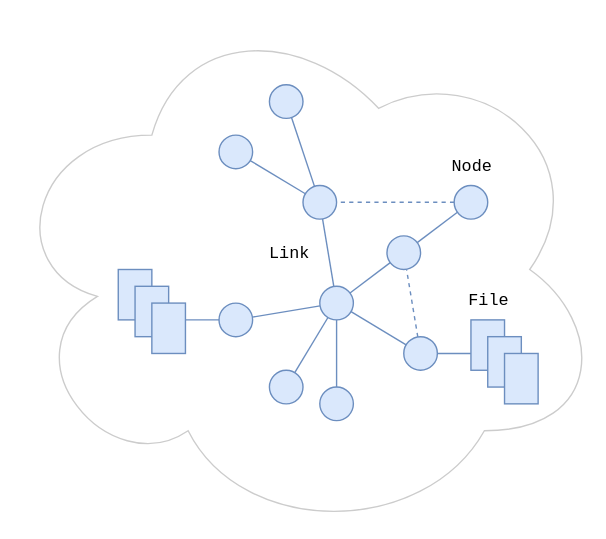
dxos/dxos keeps this draw.io diagram as docs/design/diagrams/echo-graph.drawio.svg. Above is the earlier version. Source tidied: cells renumbered, new cells last; positions are measured from the earlier drawing's top-left corner, leaving out a move shared by most shapes.
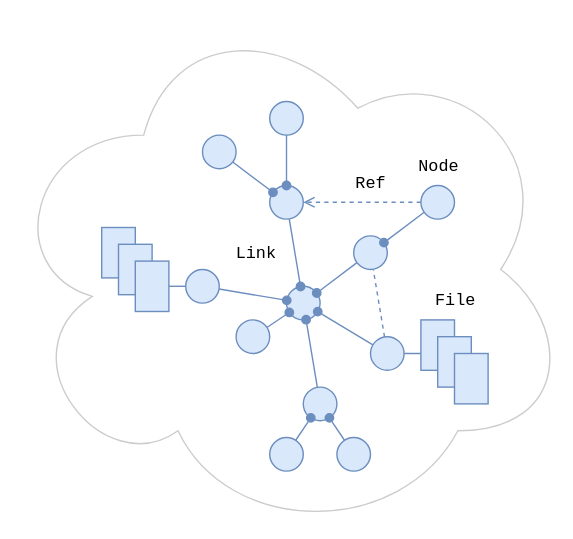
Later version of the same file.

What changed in the source:
```diff
@@ -2,87 +2,94 @@
   <root>
     <mxCell id="0" />
     <mxCell id="1" parent="0" />
-    <mxCell id="2" style="group;" parent="1" vertex="1">
-      <mxGeometry width="432" height="384" as="geometry" />
-    </mxCell>
-    <mxCell id="3" style="ellipse;shape=cloud;whiteSpace=wrap;html=1;strokeColor=#CCCCCC;fillColor=#ffffff;" parent="2" vertex="1">
-      <mxGeometry width="432" height="384" as="geometry" />
+    <mxCell id="3" style="ellipse;shape=cloud;whiteSpace=wrap;html=1;strokeColor=#CCCCCC;fillColor=#ffffff;" parent="1" vertex="1">
+      <mxGeometry x="24" width="408" height="384" as="geometry" />
     </mxCell>
-    <mxCell id="4" style="endArrow=none;html=1;fillColor=#dae8fc;strokeColor=#6c8ebf;" parent="2" edge="1" target="7">
-      <mxGeometry relative="1" as="geometry">
-        <mxPoint x="132" y="228" as="sourcePoint" />
-      </mxGeometry>
+    <mxCell id="4" style="endArrow=none;html=1;fillColor=#dae8fc;strokeColor=#6c8ebf;exitX=1;exitY=0.5;exitDx=0;exitDy=0;" parent="1" edge="1" source="34" target="7">
+      <mxGeometry relative="1" as="geometry" />
     </mxCell>
-    <mxCell id="5" style="endArrow=none;html=1;fillColor=#dae8fc;strokeColor=#6c8ebf;" parent="2" edge="1" target="10">
+    <mxCell id="5" style="endArrow=none;html=1;fillColor=#dae8fc;strokeColor=#6c8ebf;" parent="1" edge="1" target="10">
       <mxGeometry relative="1" as="geometry">
         <mxPoint x="336" y="252" as="sourcePoint" />
       </mxGeometry>
     </mxCell>
-    <mxCell id="6" style="ellipse;whiteSpace=wrap;html=1;fillColor=#dae8fc;strokeColor=#6c8ebf;" parent="2" vertex="1">
+    <mxCell id="6" style="ellipse;whiteSpace=wrap;html=1;fillColor=#dae8fc;strokeColor=#6c8ebf;" parent="1" vertex="1">
       <mxGeometry x="228" y="204" width="24" height="24" as="geometry" />
     </mxCell>
-    <mxCell id="7" style="ellipse;whiteSpace=wrap;html=1;fillColor=#dae8fc;strokeColor=#6c8ebf;" parent="2" vertex="1">
-      <mxGeometry x="156" y="216" width="24" height="24" as="geometry" />
+    <mxCell id="7" style="ellipse;whiteSpace=wrap;html=1;fillColor=#dae8fc;strokeColor=#6c8ebf;" parent="1" vertex="1">
+      <mxGeometry x="156" y="192" width="24" height="24" as="geometry" />
     </mxCell>
-    <mxCell id="8" style="ellipse;whiteSpace=wrap;html=1;fillColor=#dae8fc;strokeColor=#6c8ebf;" parent="2" vertex="1">
-      <mxGeometry x="228" y="276" width="24" height="24" as="geometry" />
+    <mxCell id="8" style="ellipse;whiteSpace=wrap;html=1;fillColor=#dae8fc;strokeColor=#6c8ebf;" parent="1" vertex="1">
+      <mxGeometry x="240" y="276" width="24" height="24" as="geometry" />
     </mxCell>
-    <mxCell id="9" style="ellipse;whiteSpace=wrap;html=1;fillColor=#dae8fc;strokeColor=#6c8ebf;" parent="2" vertex="1">
-      <mxGeometry x="192" y="264" width="24" height="24" as="geometry" />
+    <mxCell id="9" style="ellipse;whiteSpace=wrap;html=1;fillColor=#dae8fc;strokeColor=#6c8ebf;" parent="1" vertex="1">
+      <mxGeometry x="192" y="228" width="24" height="24" as="geometry" />
     </mxCell>
-    <mxCell id="10" style="ellipse;whiteSpace=wrap;html=1;fillColor=#dae8fc;strokeColor=#6c8ebf;" parent="2" vertex="1">
+    <mxCell id="10" style="ellipse;whiteSpace=wrap;html=1;fillColor=#dae8fc;strokeColor=#6c8ebf;" parent="1" vertex="1">
       <mxGeometry x="288" y="240" width="24" height="24" as="geometry" />
     </mxCell>
-    <mxCell id="11" style="ellipse;whiteSpace=wrap;html=1;fillColor=#dae8fc;strokeColor=#6c8ebf;" parent="2" vertex="1">
+    <mxCell id="11" style="ellipse;whiteSpace=wrap;html=1;fillColor=#dae8fc;strokeColor=#6c8ebf;" parent="1" vertex="1">
       <mxGeometry x="216" y="132" width="24" height="24" as="geometry" />
     </mxCell>
-    <mxCell id="12" style="ellipse;whiteSpace=wrap;html=1;fillColor=#dae8fc;strokeColor=#6c8ebf;" parent="2" vertex="1">
-      <mxGeometry x="156" y="96" width="24" height="24" as="geometry" />
+    <mxCell id="12" style="ellipse;whiteSpace=wrap;html=1;fillColor=#dae8fc;strokeColor=#6c8ebf;" parent="1" vertex="1">
+      <mxGeometry x="168" y="96" width="24" height="24" as="geometry" />
     </mxCell>
-    <mxCell id="13" style="ellipse;whiteSpace=wrap;html=1;fillColor=#dae8fc;strokeColor=#6c8ebf;" parent="2" vertex="1">
-      <mxGeometry x="192" y="60" width="24" height="24" as="geometry" />
+    <mxCell id="13" style="ellipse;whiteSpace=wrap;html=1;fillColor=#dae8fc;strokeColor=#6c8ebf;" parent="1" vertex="1">
+      <mxGeometry x="216" y="72" width="24" height="24" as="geometry" />
     </mxCell>
-    <mxCell id="14" style="ellipse;whiteSpace=wrap;html=1;fillColor=#dae8fc;strokeColor=#6c8ebf;" parent="2" vertex="1">
+    <mxCell id="14" style="ellipse;whiteSpace=wrap;html=1;fillColor=#dae8fc;strokeColor=#6c8ebf;" parent="1" vertex="1">
       <mxGeometry x="276" y="168" width="24" height="24" as="geometry" />
     </mxCell>
-    <mxCell id="15" style="ellipse;whiteSpace=wrap;html=1;fillColor=#dae8fc;strokeColor=#6c8ebf;" parent="2" vertex="1">
+    <mxCell id="15" style="ellipse;whiteSpace=wrap;html=1;fillColor=#dae8fc;strokeColor=#6c8ebf;" parent="1" vertex="1">
       <mxGeometry x="324" y="132" width="24" height="24" as="geometry" />
     </mxCell>
-    <mxCell id="16" style="endArrow=none;html=1;fillColor=#dae8fc;strokeColor=#6c8ebf;" parent="2" edge="1" source="7" target="6">
+    <mxCell id="16" style="endArrow=oval;html=1;fillColor=#dae8fc;strokeColor=#6c8ebf;startArrow=none;startFill=0;endFill=1;" parent="1" edge="1" source="7" target="6">
       <mxGeometry relative="1" as="geometry" />
     </mxCell>
-    <mxCell id="17" style="endArrow=none;html=1;fillColor=#dae8fc;strokeColor=#6c8ebf;" parent="2" edge="1" source="9" target="6">
+    <mxCell id="17" style="endArrow=oval;html=1;fillColor=#dae8fc;strokeColor=#6c8ebf;startArrow=none;startFill=0;endFill=1;" parent="1" edge="1" source="9" target="6">
       <mxGeometry relative="1" as="geometry" />
     </mxCell>
-    <mxCell id="18" style="endArrow=none;html=1;fillColor=#dae8fc;strokeColor=#6c8ebf;" parent="2" edge="1" source="8" target="6">
+    <mxCell id="18" style="endArrow=oval;html=1;fillColor=#dae8fc;strokeColor=#6c8ebf;startArrow=none;startFill=0;endFill=1;" parent="1" edge="1" source="8" target="6">
       <mxGeometry relative="1" as="geometry" />
     </mxCell>
-    <mxCell id="19" style="endArrow=none;html=1;fillColor=#dae8fc;strokeColor=#6c8ebf;" parent="2" edge="1" source="6" target="10">
+    <mxCell id="19" style="endArrow=none;html=1;fillColor=#dae8fc;strokeColor=#6c8ebf;startArrow=oval;startFill=1;" parent="1" edge="1" source="6" target="10">
       <mxGeometry relative="1" as="geometry" />
     </mxCell>
-    <mxCell id="20" style="endArrow=none;html=1;fillColor=#dae8fc;strokeColor=#6c8ebf;" parent="2" edge="1" source="6" target="11">
+    <mxCell id="20" style="endArrow=none;html=1;fillColor=#dae8fc;strokeColor=#6c8ebf;startArrow=oval;startFill=1;" parent="1" edge="1" source="6" target="11">
       <mxGeometry relative="1" as="geometry" />
     </mxCell>
-    <mxCell id="21" style="endArrow=none;html=1;fillColor=#dae8fc;strokeColor=#6c8ebf;" parent="2" edge="1" source="11" target="12">
+    <mxCell id="21" style="endArrow=none;html=1;fillColor=#dae8fc;strokeColor=#6c8ebf;startArrow=oval;startFill=1;" parent="1" edge="1" source="11" target="12">
       <mxGeometry relative="1" as="geometry" />
     </mxCell>
-    <mxCell id="22" style="endArrow=none;html=1;fillColor=#dae8fc;strokeColor=#6c8ebf;" parent="2" edge="1" source="11" target="13">
+    <mxCell id="22" style="endArrow=none;html=1;fillColor=#dae8fc;strokeColor=#6c8ebf;startArrow=oval;startFill=1;" parent="1" edge="1" source="11" target="13">
       <mxGeometry relative="1" as="geometry" />
     </mxCell>
-    <mxCell id="23" style="endArrow=none;html=1;fontFamily=Courier New;fillColor=#dae8fc;strokeColor=#6c8ebf;dashed=1;" parent="2" edge="1" source="10" target="14">
+    <mxCell id="23" style="endArrow=none;html=1;fontFamily=Courier New;fillColor=#dae8fc;strokeColor=#6c8ebf;dashed=1;" parent="1" edge="1" source="10" target="14">
       <mxGeometry relative="1" as="geometry" />
     </mxCell>
-    <mxCell id="24" style="endArrow=none;html=1;fillColor=#dae8fc;strokeColor=#6c8ebf;" parent="2" edge="1" source="14" target="6">
+    <mxCell id="24" style="endArrow=oval;html=1;fillColor=#dae8fc;strokeColor=#6c8ebf;startArrow=none;startFill=0;endFill=1;" parent="1" edge="1" source="14" target="6">
       <mxGeometry relative="1" as="geometry" />
     </mxCell>
-    <mxCell id="25" style="endArrow=none;html=1;fillColor=#dae8fc;strokeColor=#6c8ebf;dashed=1;" parent="2" edge="1" source="15" target="11">
+    <mxCell id="25" style="endArrow=open;html=1;fillColor=#dae8fc;strokeColor=#6c8ebf;dashed=1;endFill=0;" parent="1" edge="1" source="15" target="11">
       <mxGeometry relative="1" as="geometry" />
     </mxCell>
-    <mxCell id="26" style="endArrow=none;html=1;fillColor=#dae8fc;strokeColor=#6c8ebf;" parent="2" edge="1" source="15" target="14">
+    <mxCell id="26" style="endArrow=oval;html=1;fillColor=#dae8fc;strokeColor=#6c8ebf;startArrow=none;startFill=0;endFill=1;" parent="1" edge="1" source="15" target="14">
       <mxGeometry relative="1" as="geometry" />
     </mxCell>
+    <mxCell id="35" value="Node" style="rounded=0;whiteSpace=wrap;html=1;strokeColor=none;fillColor=none;fontFamily=Courier New;spacingBottom=4;" parent="1" vertex="1">
+      <mxGeometry x="312" y="108" width="48" height="24" as="geometry" />
+    </mxCell>
+    <mxCell id="36" value="File" style="rounded=0;whiteSpace=wrap;html=1;strokeColor=none;fillColor=none;fontFamily=Courier New;spacingBottom=4;" parent="1" vertex="1">
+      <mxGeometry x="324" y="204" width="48" height="24" as="geometry" />
+    </mxCell>
+    <mxCell id="37" value="Link" style="rounded=0;whiteSpace=wrap;html=1;strokeColor=none;fillColor=none;fontFamily=Courier New;align=right;" parent="1" vertex="1">
+      <mxGeometry x="162" y="168" width="60" height="24" as="geometry" />
+    </mxCell>
+    <mxCell id="38" value="Ref" style="rounded=0;whiteSpace=wrap;html=1;strokeColor=none;fillColor=none;fontFamily=Courier New;spacingBottom=4;" parent="1" vertex="1">
+      <mxGeometry x="264" y="120" width="48" height="24" as="geometry" />
+    </mxCell>
-    <mxCell id="27" style="group;" parent="2" vertex="1">
-      <mxGeometry x="336" y="228" width="48" height="60" as="geometry" />
+    <mxCell id="27" style="group;" parent="1" vertex="1">
+      <mxGeometry x="324" y="228" width="48" height="60" as="geometry" />
     </mxCell>
     <mxCell id="28" style="rounded=0;whiteSpace=wrap;html=1;strokeColor=#6c8ebf;fillColor=#dae8fc;" parent="27" vertex="1">
       <mxGeometry width="24" height="36" as="geometry" />
@@ -93,8 +100,8 @@
     <mxCell id="30" style="rounded=0;whiteSpace=wrap;html=1;strokeColor=#6c8ebf;fillColor=#dae8fc;" parent="27" vertex="1">
       <mxGeometry x="24" y="24" width="24" height="36" as="geometry" />
     </mxCell>
-    <mxCell id="31" style="group;" parent="2" vertex="1">
-      <mxGeometry x="84" y="192" width="48" height="60" as="geometry" />
+    <mxCell id="31" style="group;" parent="1" vertex="1">
+      <mxGeometry x="96" y="162" width="48" height="60" as="geometry" />
     </mxCell>
     <mxCell id="32" style="rounded=0;whiteSpace=wrap;html=1;strokeColor=#6c8ebf;fillColor=#dae8fc;" parent="31" vertex="1">
       <mxGeometry width="24" height="36" as="geometry" />
@@ -105,14 +112,17 @@
     <mxCell id="34" style="rounded=0;whiteSpace=wrap;html=1;strokeColor=#6c8ebf;fillColor=#dae8fc;" parent="31" vertex="1">
       <mxGeometry x="24" y="24" width="24" height="36" as="geometry" />
     </mxCell>
-    <mxCell id="35" value="Node" style="rounded=0;whiteSpace=wrap;html=1;strokeColor=none;fillColor=none;fontFamily=Courier New;spacingBottom=4;" parent="2" vertex="1">
-      <mxGeometry x="312" y="108" width="48" height="24" as="geometry" />
-    </mxCell>
-    <mxCell id="36" value="File" style="rounded=0;whiteSpace=wrap;html=1;strokeColor=none;fillColor=none;fontFamily=Courier New;spacingBottom=4;" parent="2" vertex="1">
-      <mxGeometry x="324" y="204" width="48" height="24" as="geometry" />
-    </mxCell>
-    <mxCell id="37" value="Link" style="rounded=0;whiteSpace=wrap;html=1;strokeColor=none;fillColor=none;fontFamily=Courier New;align=right;" parent="2" vertex="1">
-      <mxGeometry x="162" y="168" width="60" height="24" as="geometry" />
-    </mxCell>
+    <mxCell id="39" style="ellipse;whiteSpace=wrap;html=1;fillColor=#dae8fc;strokeColor=#6c8ebf;" parent="1" vertex="1">
+      <mxGeometry x="216" y="312" width="24" height="24" as="geometry" />
+    </mxCell>
+    <mxCell id="40" style="ellipse;whiteSpace=wrap;html=1;fillColor=#dae8fc;strokeColor=#6c8ebf;" parent="1" vertex="1">
+      <mxGeometry x="264" y="312" width="24" height="24" as="geometry" />
+    </mxCell>
+    <mxCell id="41" style="endArrow=oval;html=1;fillColor=#dae8fc;strokeColor=#6c8ebf;endFill=1;" parent="1" edge="1" source="39" target="8">
+      <mxGeometry relative="1" as="geometry" />
+    </mxCell>
+    <mxCell id="42" style="endArrow=oval;html=1;fillColor=#dae8fc;strokeColor=#6c8ebf;endFill=1;" parent="1" edge="1" source="40" target="8">
+      <mxGeometry relative="1" as="geometry" />
+    </mxCell>
   </root>
 </mxGraphModel>
```
